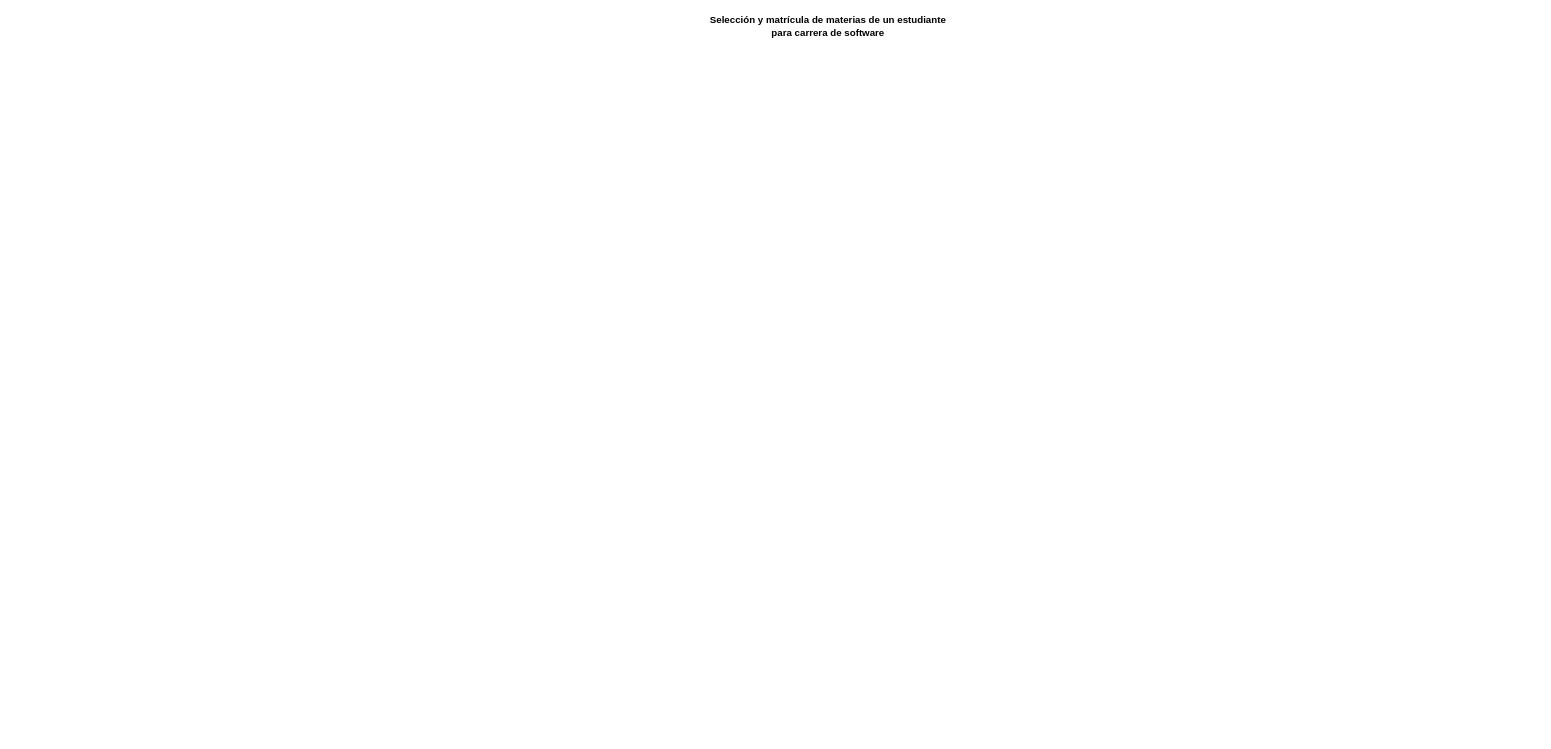
Jonathancq2020/Diagrams keeps this draw.io diagram as TAREA_001.drawio. Above is the earlier version. Source tidied: cells renumbered, new cells numbered last; positions are measured from the earlier drawing's top-left corner, leaving out a move shared by most shapes. Both pictures are drawn from the tidied source at 81%, with x=0, y=0 at pixel (686, 14).
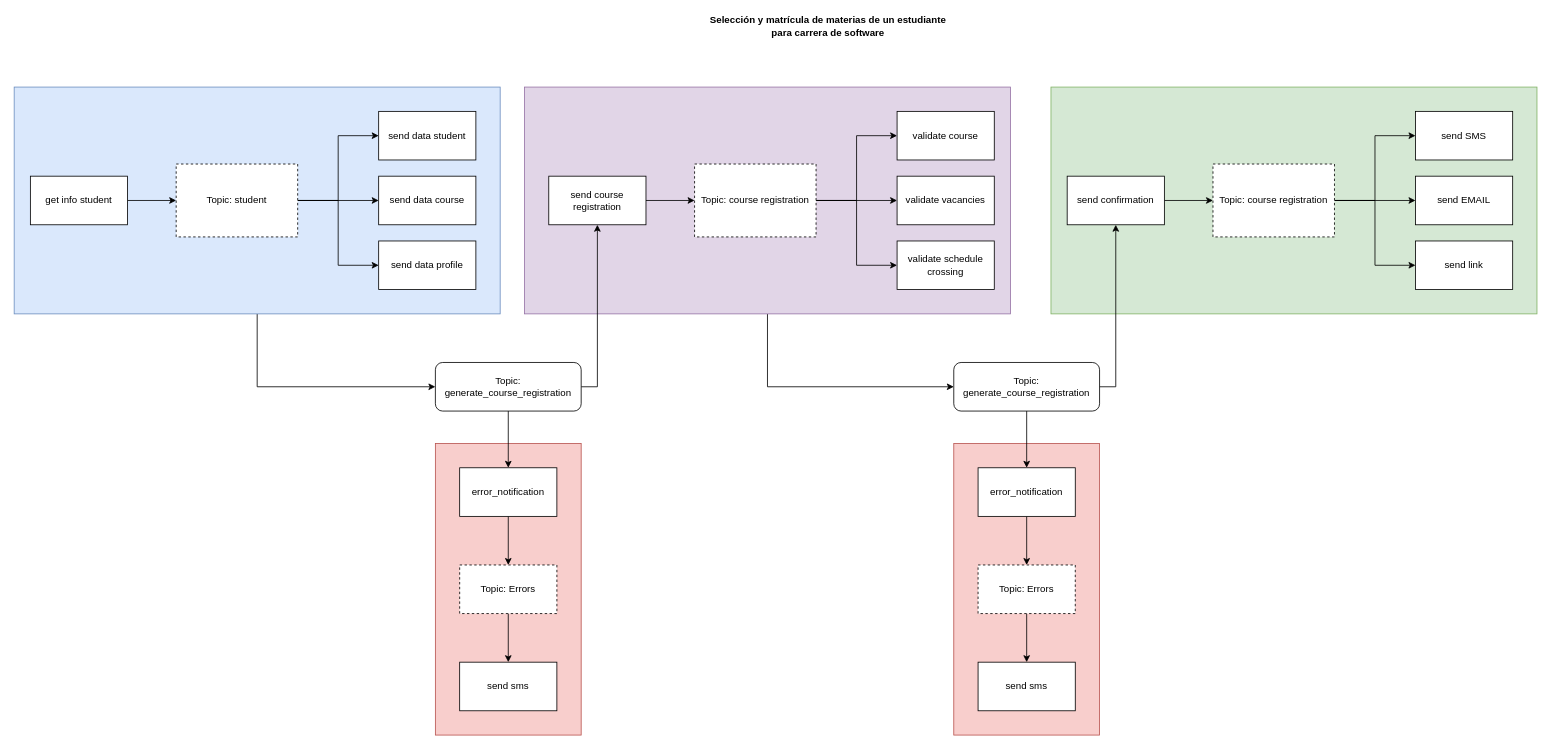
After the change.

Change to the diagram source:
```diff
@@
+    <mxCell id="3" style="rounded=0;whiteSpace=wrap;html=1;fillColor=#f8cecc;strokeColor=#b85450;" parent="1" vertex="1">
+      <mxGeometry x="-310" y="530" width="180" height="360" as="geometry" />
+    </mxCell>
@@
+    <mxCell id="4" style="edgeStyle=orthogonalEdgeStyle;rounded=0;jettySize=auto;html=1;entryX=0;entryY=0.5;entryDx=0;entryDy=0;" parent="1" edge="1" source="5" target="38">
+      <mxGeometry relative="1" as="geometry" />
+    </mxCell>
+    <mxCell id="5" style="rounded=0;whiteSpace=wrap;html=1;fillColor=#dae8fc;strokeColor=#6c8ebf;" parent="1" vertex="1">
+      <mxGeometry x="-830" y="90" width="600" height="280" as="geometry" />
+    </mxCell>
+    <mxCell id="6" style="edgeStyle=orthogonalEdgeStyle;rounded=0;jettySize=auto;html=1;" parent="1" edge="1" source="7" target="14">
+      <mxGeometry relative="1" as="geometry" />
+    </mxCell>
+    <mxCell id="7" value="get info student" style="rounded=0;whiteSpace=wrap;html=1;" parent="1" vertex="1">
+      <mxGeometry x="-810" y="200" width="120" height="60" as="geometry" />
+    </mxCell>
+    <mxCell id="8" value="send data student" style="rounded=0;whiteSpace=wrap;html=1;" parent="1" vertex="1">
+      <mxGeometry x="-380" y="120" width="120" height="60" as="geometry" />
+    </mxCell>
+    <mxCell id="9" value="send data course" style="rounded=0;whiteSpace=wrap;html=1;" parent="1" vertex="1">
+      <mxGeometry x="-380" y="200" width="120" height="60" as="geometry" />
+    </mxCell>
+    <mxCell id="10" value="send data profile" style="rounded=0;whiteSpace=wrap;html=1;" parent="1" vertex="1">
+      <mxGeometry x="-380" y="280" width="120" height="60" as="geometry" />
+    </mxCell>
+    <mxCell id="11" style="edgeStyle=orthogonalEdgeStyle;rounded=0;jettySize=auto;html=1;" parent="1" edge="1" source="14" target="9">
+      <mxGeometry relative="1" as="geometry" />
+    </mxCell>
+    <mxCell id="12" style="edgeStyle=orthogonalEdgeStyle;rounded=0;jettySize=auto;html=1;entryX=0;entryY=0.5;entryDx=0;entryDy=0;" parent="1" edge="1" source="14" target="8">
+      <mxGeometry relative="1" as="geometry" />
+    </mxCell>
+    <mxCell id="13" style="edgeStyle=orthogonalEdgeStyle;rounded=0;jettySize=auto;html=1;entryX=0;entryY=0.5;entryDx=0;entryDy=0;" parent="1" edge="1" source="14" target="10">
+      <mxGeometry relative="1" as="geometry" />
+    </mxCell>
+    <mxCell id="14" value="Topic: student" style="rounded=0;whiteSpace=wrap;html=1;dashed=1;" parent="1" vertex="1">
+      <mxGeometry x="-630" y="185" width="150" height="90" as="geometry" />
+    </mxCell>
+    <mxCell id="15" style="edgeStyle=orthogonalEdgeStyle;rounded=0;jettySize=auto;html=1;entryX=0;entryY=0.5;entryDx=0;entryDy=0;" parent="1" edge="1" source="16" target="47">
+      <mxGeometry relative="1" as="geometry" />
+    </mxCell>
+    <mxCell id="16" style="rounded=0;whiteSpace=wrap;html=1;fillColor=#e1d5e7;strokeColor=#9673a6;" parent="1" vertex="1">
+      <mxGeometry x="-200" y="90" width="600" height="280" as="geometry" />
+    </mxCell>
+    <mxCell id="17" style="edgeStyle=orthogonalEdgeStyle;rounded=0;jettySize=auto;html=1;" parent="1" edge="1" source="18" target="25">
+      <mxGeometry relative="1" as="geometry" />
+    </mxCell>
+    <mxCell id="18" value="send course registration" style="rounded=0;whiteSpace=wrap;html=1;" parent="1" vertex="1">
+      <mxGeometry x="-170" y="200" width="120" height="60" as="geometry" />
+    </mxCell>
+    <mxCell id="19" value="validate course" style="rounded=0;whiteSpace=wrap;html=1;" parent="1" vertex="1">
+      <mxGeometry x="260" y="120" width="120" height="60" as="geometry" />
+    </mxCell>
+    <mxCell id="20" value="validate vacancies" style="rounded=0;whiteSpace=wrap;html=1;" parent="1" vertex="1">
+      <mxGeometry x="260" y="200" width="120" height="60" as="geometry" />
+    </mxCell>
+    <mxCell id="21" value="validate schedule crossing" style="rounded=0;whiteSpace=wrap;html=1;" parent="1" vertex="1">
+      <mxGeometry x="260" y="280" width="120" height="60" as="geometry" />
+    </mxCell>
+    <mxCell id="22" style="edgeStyle=orthogonalEdgeStyle;rounded=0;jettySize=auto;html=1;" parent="1" edge="1" source="25" target="20">
+      <mxGeometry relative="1" as="geometry" />
+    </mxCell>
+    <mxCell id="23" style="edgeStyle=orthogonalEdgeStyle;rounded=0;jettySize=auto;html=1;entryX=0;entryY=0.5;entryDx=0;entryDy=0;" parent="1" edge="1" source="25" target="19">
+      <mxGeometry relative="1" as="geometry" />
+    </mxCell>
+    <mxCell id="24" style="edgeStyle=orthogonalEdgeStyle;rounded=0;jettySize=auto;html=1;entryX=0;entryY=0.5;entryDx=0;entryDy=0;" parent="1" edge="1" source="25" target="21">
+      <mxGeometry relative="1" as="geometry" />
+    </mxCell>
+    <mxCell id="25" value="Topic: course registration" style="rounded=0;whiteSpace=wrap;html=1;dashed=1;" parent="1" vertex="1">
+      <mxGeometry x="10" y="185" width="150" height="90" as="geometry" />
+    </mxCell>
+    <mxCell id="26" style="rounded=0;whiteSpace=wrap;html=1;fillColor=#d5e8d4;strokeColor=#82b366;" parent="1" vertex="1">
+      <mxGeometry x="450" y="90" width="600" height="280" as="geometry" />
+    </mxCell>
+    <mxCell id="27" style="edgeStyle=orthogonalEdgeStyle;rounded=0;jettySize=auto;html=1;" parent="1" edge="1" source="28" target="35">
+      <mxGeometry relative="1" as="geometry" />
+    </mxCell>
+    <mxCell id="28" value="send confirmation" style="rounded=0;whiteSpace=wrap;html=1;" parent="1" vertex="1">
+      <mxGeometry x="470" y="200" width="120" height="60" as="geometry" />
+    </mxCell>
+    <mxCell id="29" value="send SMS" style="rounded=0;whiteSpace=wrap;html=1;" parent="1" vertex="1">
+      <mxGeometry x="900" y="120" width="120" height="60" as="geometry" />
+    </mxCell>
+    <mxCell id="30" value="send EMAIL" style="rounded=0;whiteSpace=wrap;html=1;" parent="1" vertex="1">
+      <mxGeometry x="900" y="200" width="120" height="60" as="geometry" />
+    </mxCell>
+    <mxCell id="31" value="send link" style="rounded=0;whiteSpace=wrap;html=1;" parent="1" vertex="1">
+      <mxGeometry x="900" y="280" width="120" height="60" as="geometry" />
+    </mxCell>
+    <mxCell id="32" style="edgeStyle=orthogonalEdgeStyle;rounded=0;jettySize=auto;html=1;" parent="1" edge="1" source="35" target="30">
+      <mxGeometry relative="1" as="geometry" />
+    </mxCell>
+    <mxCell id="33" style="edgeStyle=orthogonalEdgeStyle;rounded=0;jettySize=auto;html=1;entryX=0;entryY=0.5;entryDx=0;entryDy=0;" parent="1" edge="1" source="35" target="29">
+      <mxGeometry relative="1" as="geometry" />
+    </mxCell>
+    <mxCell id="34" style="edgeStyle=orthogonalEdgeStyle;rounded=0;jettySize=auto;html=1;entryX=0;entryY=0.5;entryDx=0;entryDy=0;" parent="1" edge="1" source="35" target="31">
+      <mxGeometry relative="1" as="geometry" />
+    </mxCell>
+    <mxCell id="35" value="Topic: course registration" style="rounded=0;whiteSpace=wrap;html=1;dashed=1;" parent="1" vertex="1">
+      <mxGeometry x="650" y="185" width="150" height="90" as="geometry" />
+    </mxCell>
+    <mxCell id="36" style="edgeStyle=orthogonalEdgeStyle;rounded=0;jettySize=auto;html=1;entryX=0.5;entryY=1;entryDx=0;entryDy=0;exitX=1;exitY=0.5;exitDx=0;exitDy=0;" parent="1" edge="1" source="38" target="18">
+      <mxGeometry relative="1" as="geometry" />
+    </mxCell>
+    <mxCell id="37" style="edgeStyle=orthogonalEdgeStyle;rounded=0;jettySize=auto;html=1;" parent="1" edge="1" source="38" target="40">
+      <mxGeometry relative="1" as="geometry" />
+    </mxCell>
+    <mxCell id="38" value="Topic:&lt;br&gt;generate_course_registration" style="rounded=1;whiteSpace=wrap;html=1;" parent="1" vertex="1">
+      <mxGeometry x="-310" y="430" width="180" height="60" as="geometry" />
+    </mxCell>
+    <mxCell id="39" style="edgeStyle=orthogonalEdgeStyle;rounded=0;jettySize=auto;html=1;" parent="1" edge="1" source="40" target="42">
+      <mxGeometry relative="1" as="geometry" />
+    </mxCell>
+    <mxCell id="40" value="error_notification" style="rounded=0;whiteSpace=wrap;html=1;" parent="1" vertex="1">
+      <mxGeometry x="-280" y="560" width="120" height="60" as="geometry" />
+    </mxCell>
+    <mxCell id="41" style="edgeStyle=orthogonalEdgeStyle;rounded=0;jettySize=auto;html=1;" parent="1" edge="1" source="42" target="43">
+      <mxGeometry relative="1" as="geometry" />
+    </mxCell>
+    <mxCell id="42" value="Topic: Errors" style="rounded=0;whiteSpace=wrap;html=1;dashed=1;" parent="1" vertex="1">
+      <mxGeometry x="-280" y="680" width="120" height="60" as="geometry" />
+    </mxCell>
+    <mxCell id="43" value="send sms" style="rounded=0;whiteSpace=wrap;html=1;" parent="1" vertex="1">
+      <mxGeometry x="-280" y="800" width="120" height="60" as="geometry" />
+    </mxCell>
+    <mxCell id="44" style="rounded=0;whiteSpace=wrap;html=1;fillColor=#f8cecc;strokeColor=#b85450;" parent="1" vertex="1">
+      <mxGeometry x="330" y="530" width="180" height="360" as="geometry" />
+    </mxCell>
+    <mxCell id="45" style="edgeStyle=orthogonalEdgeStyle;rounded=0;jettySize=auto;html=1;" parent="1" edge="1" source="47" target="49">
+      <mxGeometry relative="1" as="geometry" />
+    </mxCell>
+    <mxCell id="46" style="edgeStyle=orthogonalEdgeStyle;rounded=0;jettySize=auto;html=1;entryX=0.5;entryY=1;entryDx=0;entryDy=0;exitX=1;exitY=0.5;exitDx=0;exitDy=0;" parent="1" edge="1" source="47" target="28">
+      <mxGeometry relative="1" as="geometry" />
+    </mxCell>
+    <mxCell id="47" value="Topic:&lt;br&gt;generate_course_registration" style="rounded=1;whiteSpace=wrap;html=1;" parent="1" vertex="1">
+      <mxGeometry x="330" y="430" width="180" height="60" as="geometry" />
+    </mxCell>
+    <mxCell id="48" style="edgeStyle=orthogonalEdgeStyle;rounded=0;jettySize=auto;html=1;" parent="1" edge="1" source="49" target="51">
+      <mxGeometry relative="1" as="geometry" />
+    </mxCell>
+    <mxCell id="49" value="error_notification" style="rounded=0;whiteSpace=wrap;html=1;" parent="1" vertex="1">
+      <mxGeometry x="360" y="560" width="120" height="60" as="geometry" />
+    </mxCell>
+    <mxCell id="50" style="edgeStyle=orthogonalEdgeStyle;rounded=0;jettySize=auto;html=1;" parent="1" edge="1" source="51" target="52">
+      <mxGeometry relative="1" as="geometry" />
+    </mxCell>
+    <mxCell id="51" value="Topic: Errors" style="rounded=0;whiteSpace=wrap;html=1;dashed=1;" parent="1" vertex="1">
+      <mxGeometry x="360" y="680" width="120" height="60" as="geometry" />
+    </mxCell>
+    <mxCell id="52" value="send sms" style="rounded=0;whiteSpace=wrap;html=1;" parent="1" vertex="1">
+      <mxGeometry x="360" y="800" width="120" height="60" as="geometry" />
+    </mxCell>
```
